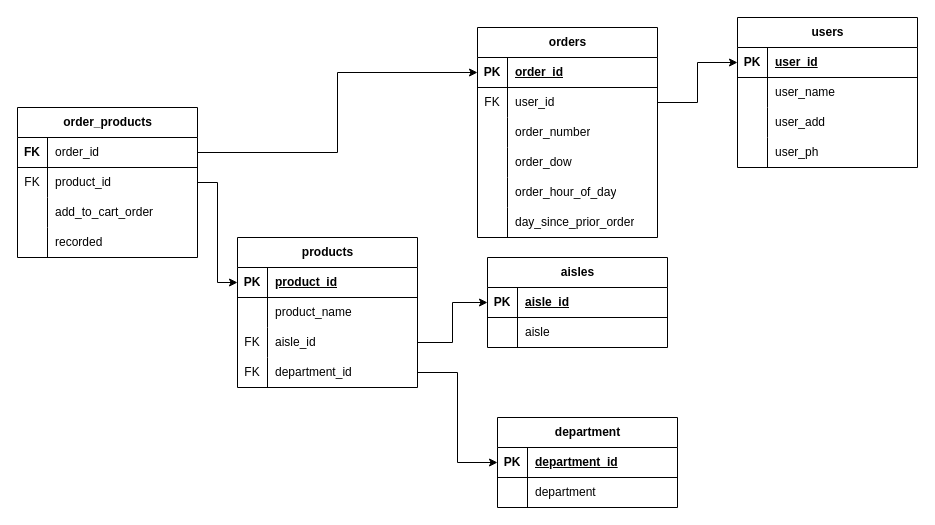
Above: Untitled Diagram.drawio in AKA-RONY/E-commerce_Data-Model (draw.io), before the change. Source tidied: cells renumbered, new cells numbered last; positions are measured from the earlier drawing's top-left corner, leaving out a move shared by most shapes. Both pictures are drawn from the tidied source at 100%, with x=0, y=0 at pixel (17, 17).
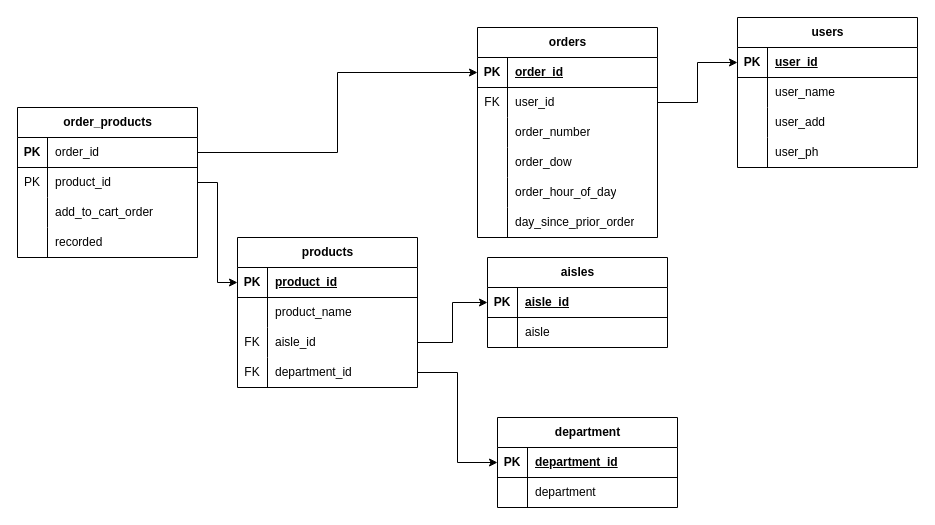
The same page after the edit.

The change refers to these unchanged cells:
```xml
<mxCell id="29" style="shape=tableRow;horizontal=0;startSize=0;swimlaneHead=0;swimlaneBody=0;fillColor=none;points=[[0,0.5],[1,0.5]];portConstraint=eastwest;top=0;left=0;right=0;bottom=1;strokeColor=default;align=center;fontStyle=0;" parent="28" vertex="1">
  <mxGeometry y="30" width="180" height="30" as="geometry" />
</mxCell>
<mxCell id="32" style="shape=tableRow;horizontal=0;startSize=0;swimlaneHead=0;swimlaneBody=0;fillColor=none;points=[[0,0.5],[1,0.5]];portConstraint=eastwest;top=0;left=0;right=0;bottom=0;" parent="28" vertex="1">
  <mxGeometry y="60" width="180" height="30" as="geometry" />
</mxCell>
```

What changed in the source:
```diff
@@
-    <mxCell id="30" value="FK" style="shape=partialRectangle;fillColor=none;top=0;left=0;bottom=0;right=0;fontStyle=1;overflow=hidden;whiteSpace=wrap;html=1;" parent="29" vertex="1">
+    <mxCell id="30" value="PK" style="shape=partialRectangle;fillColor=none;top=0;left=0;bottom=0;right=0;fontStyle=1;overflow=hidden;whiteSpace=wrap;html=1;" parent="29" vertex="1">
       <mxGeometry width="30" height="30" as="geometry" />
     </mxCell>
@@
-    <mxCell id="33" value="FK" style="shape=partialRectangle;fillColor=none;top=0;left=0;bottom=0;right=0;overflow=hidden;whiteSpace=wrap;html=1;" parent="32" vertex="1">
+    <mxCell id="33" value="PK" style="shape=partialRectangle;fillColor=none;top=0;left=0;bottom=0;right=0;overflow=hidden;whiteSpace=wrap;html=1;" parent="32" vertex="1">
       <mxGeometry width="30" height="30" as="geometry" />
     </mxCell>
```
